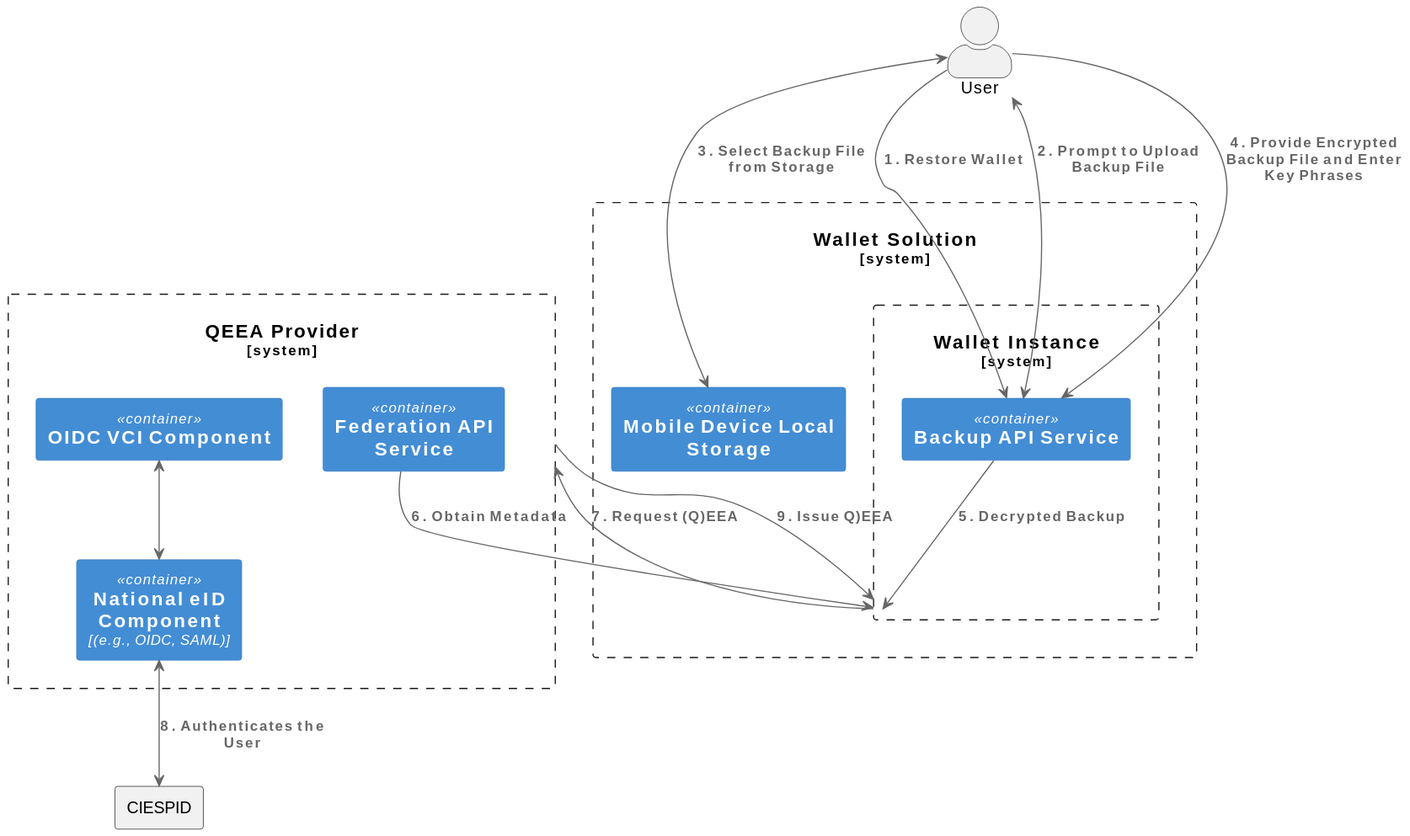
Before: images/Restore_Flow.svg, a diagram exported from PlantUML (asharif1990/eudi-wallet-it-docs). The source it was exported from:
```plantuml
@startuml
!include https://raw.githubusercontent.com/plantuml-stdlib/C4-PlantUML/master/C4_Container.puml

actor User as "User"

System_Boundary(walletSolution, "Wallet Solution") {
    System_Boundary(walletInstance, "Wallet Instance") {
        Container(backupApiService, "Backup API Service")
    }

    Container(mobileStorage, "Mobile Device Local Storage") {
    }
}

System_Boundary(qeeaProvider, "QEEA Provider") {
    Container(oidcvci, "OIDC VCI Component")
    Container(nationaleID, "National eID Component", "(e.g., OIDC, SAML)")
    Container(fedapi, "Federation API Service")
}

rectangle CIESPID {
}

mobileStorage -[hidden]-> walletInstance

User --> backupApiService : "<b>1. Restore Wallet</b>"
User <--> backupApiService : "<b>2. Prompt to Upload Backup File</b>"
User <--> mobileStorage : "<b>3. Select Backup File from Storage</b>"
User --> backupApiService: "<b>4. Provide Encrypted Backup File and Enter Key Phrases</b>"
backupApiService --> walletInstance: "<b>5. Decrypted Backup </b>"
fedapi --> walletInstance: "<b>6. Obtain Metadata </b>"
walletInstance --> qeeaProvider : "<b>7. Request (Q)EEA </b>"
nationaleID <--> CIESPID: "<b>8. Authenticates the User</b>"
qeeaProvider --> walletInstance: "<b>9. Issue Q)EEA</b>"
oidcvci <--> nationaleID : ""
@enduml
```
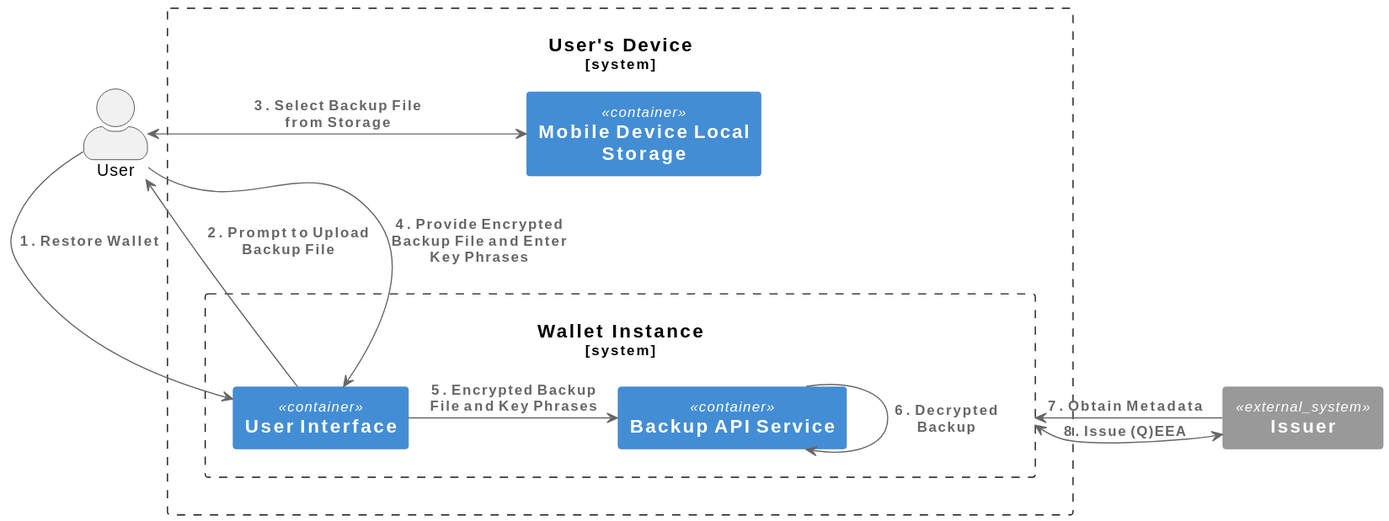
Above is the later version.

Change to the diagram source:
```diff
@@ -3,8 +3,9 @@
 
 actor User as "User"
 
-System_Boundary(walletSolution, "Wallet Solution") {
+System_Boundary(walletSolution, "User's Device") {
     System_Boundary(walletInstance, "Wallet Instance") {
+        Container(ui, "User Interface")
         Container(backupApiService, "Backup API Service")
     }
 
@@ -12,25 +13,16 @@
     }
 }
 
-System_Boundary(qeeaProvider, "QEEA Provider") {
-    Container(oidcvci, "OIDC VCI Component")
-    Container(nationaleID, "National eID Component", "(e.g., OIDC, SAML)")
-    Container(fedapi, "Federation API Service")
-}
-
-rectangle CIESPID {
-}
+System_Ext(Issuer, "Issuer")
 
 mobileStorage -[hidden]-> walletInstance
 
-User --> backupApiService : "<b>1. Restore Wallet</b>"
-User <--> backupApiService : "<b>2. Prompt to Upload Backup File</b>"
-User <--> mobileStorage : "<b>3. Select Backup File from Storage</b>"
-User --> backupApiService: "<b>4. Provide Encrypted Backup File and Enter Key Phrases</b>"
-backupApiService --> walletInstance: "<b>5. Decrypted Backup </b>"
-fedapi --> walletInstance: "<b>6. Obtain Metadata </b>"
-walletInstance --> qeeaProvider : "<b>7. Request (Q)EEA </b>"
-nationaleID <--> CIESPID: "<b>8. Authenticates the User</b>"
-qeeaProvider --> walletInstance: "<b>9. Issue Q)EEA</b>"
-oidcvci <--> nationaleID : ""
+User -> ui : "<b>1. Restore Wallet</b>"
+User <- ui : "<b>2. Prompt to Upload Backup File</b>"
+User <-> mobileStorage : "<b>3. Select Backup File from Storage</b>"
+User -> ui: "<b>4. Provide Encrypted Backup File and Enter Key Phrases</b>"
+ui -> backupApiService: "<b>5. Encrypted Backup File and Key Phrases</b>"
+backupApiService -> backupApiService: "<b>6. Decrypted</b> \n<b>Backup </b>"
+Issuer -> walletInstance: "<b>7. Obtain Metadata </b>"
+Issuer <-> walletInstance: "<b>8. Issue (Q)EEA</b>"
 @enduml
```
